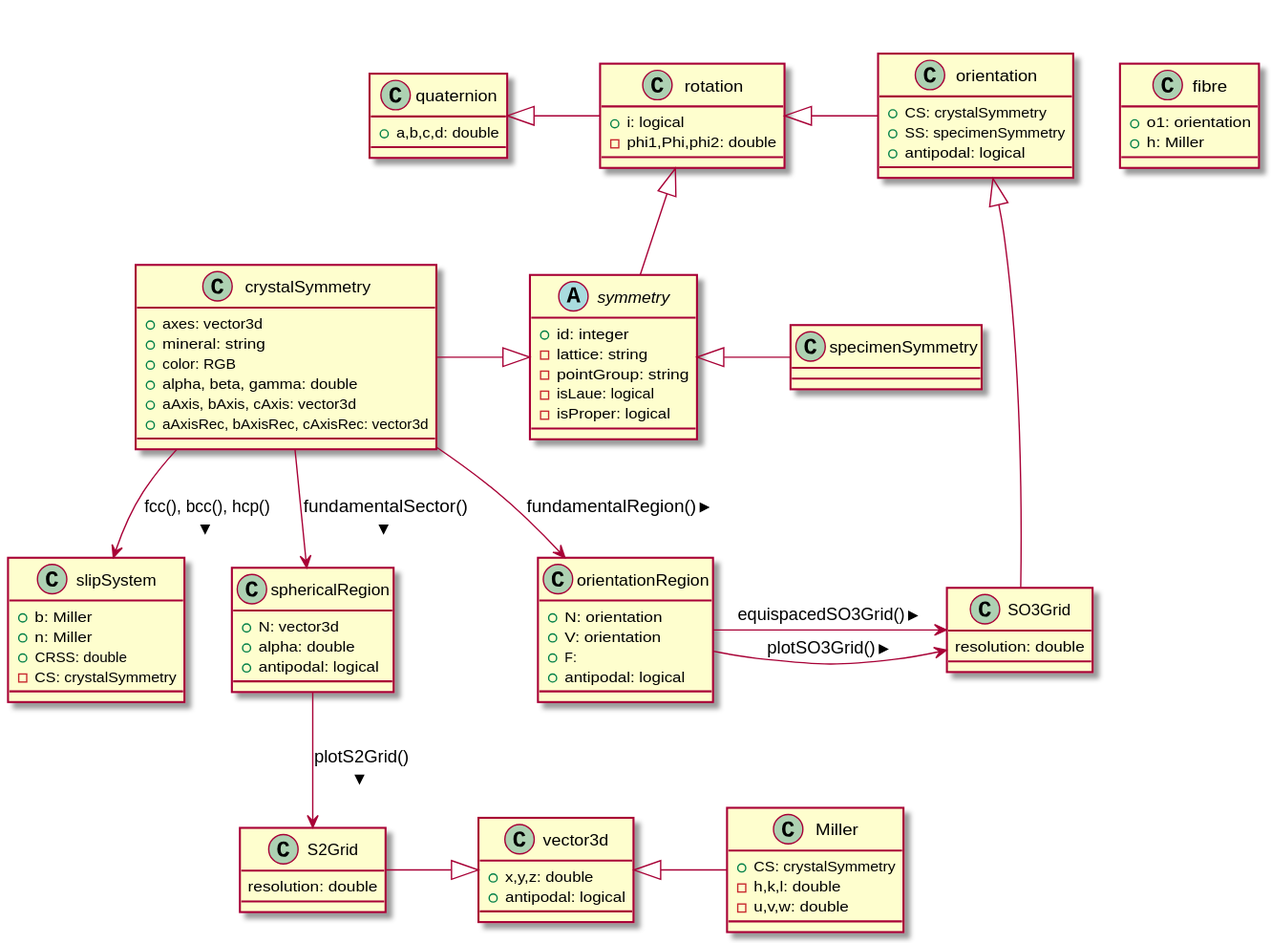
Above: files/puml/geometry.svg in mtex-toolbox/mtex-toolbox.github.io.old (PlantUML), before the change. Its source is kept beside it as files/puml/geometry.puml.
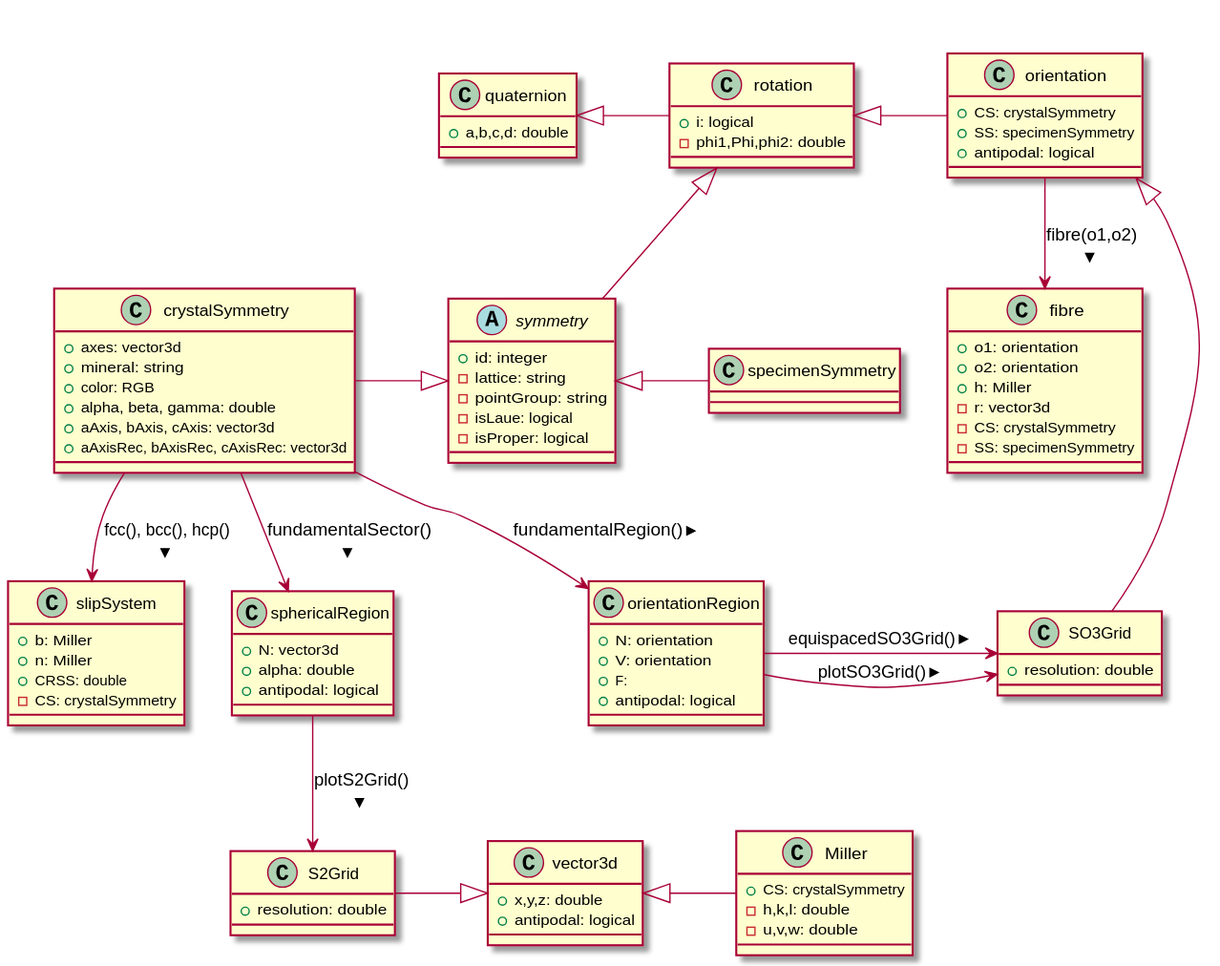
Above is the later version.

Change to the diagram source:
```diff
@@ -63,6 +63,7 @@
 vector3d <|- Miller
 
 class slipSystem{
+ [[/files/doc/slipSystem_index.html]]
  +b: Miller [[/files/doc/Miller_index.html]]
  +n: Miller [[/files/doc/Miller_index.html]]
  +CRSS: double
@@ -70,8 +71,13 @@
 }
 
 class fibre{
+ [[/files/doc/fibre_index.html]]
  +o1: orientation
+ +o2: orientation
  +h: Miller
+ -r: vector3d
+ -CS: crystalSymmetry
+ -SS: specimenSymmetry
 }
 
 class S2Grid {
@@ -81,15 +87,15 @@
  +resolution: double
 }
 
-
-
 class sphericalRegion {
+ [[/files/doc/sphericalRegion_index.html]]
  +N: vector3d
  +alpha: double
  +antipodal: logical
 }
 
 class orientationRegion {
+ [[/files/doc/orientationRegion_index.html]]
  +N: orientation
  +V: orientation
  +F:
@@ -107,5 +113,7 @@
 S2Grid -|> vector3d
 SO3Grid -|> orientation
 
+orientation --> fibre :> fibre(o1,o2)
+
 
 @enduml
```
